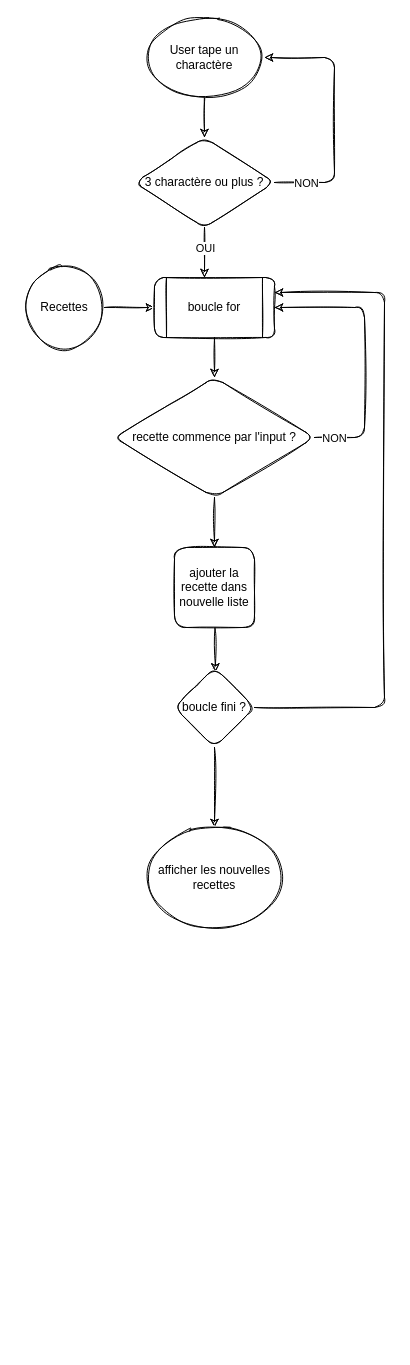
Above: doc/loops.drawio in Redshark61/P6 (draw.io), before the change. Source tidied: cells renumbered, new cells numbered last; positions are measured from the earlier drawing's top-left corner, leaving out a move shared by most shapes. Both pictures are drawn from the tidied source at 100%, with x=0, y=0 at pixel (24, 17).
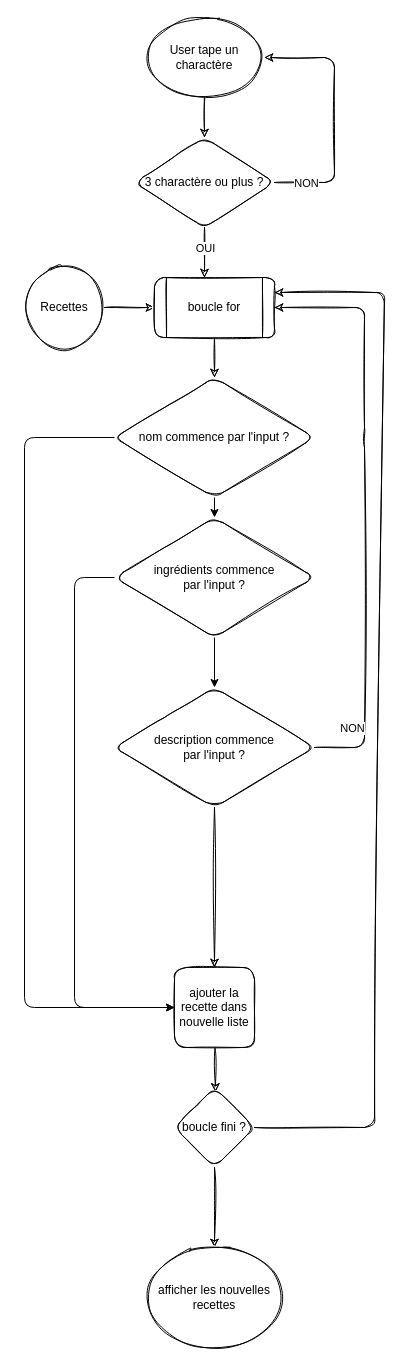
The same page after the edit.

Unchanged cells that the change refers to:
```xml
<mxCell id="12" value="boucle for" style="shape=process;whiteSpace=wrap;html=1;backgroundOutline=1;rounded=1;sketch=1;" parent="1" vertex="1">
  <mxGeometry x="130" y="260" width="120" height="60" as="geometry" />
</mxCell>
```

The edit, as a diff of the source:
```diff
@@
-    <mxCell id="13" style="edgeStyle=none;rounded=1;sketch=1;html=1;entryX=1;entryY=0.5;entryDx=0;entryDy=0;exitX=1;exitY=0.5;exitDx=0;exitDy=0;" parent="1" edge="1" source="16" target="12">
+    <mxCell id="13" style="edgeStyle=none;rounded=1;sketch=1;html=1;entryX=1;entryY=0.5;entryDx=0;entryDy=0;exitX=1;exitY=0.5;exitDx=0;exitDy=0;" parent="1" edge="1" source="28" target="12">
       <mxGeometry relative="1" as="geometry">
         <Array as="points">
+          <mxPoint x="340" y="730" />
           <mxPoint x="340" y="420" />
           <mxPoint x="340" y="290" />
         </Array>
       </mxGeometry>
     </mxCell>
@@
-    <mxCell id="15" style="edgeStyle=none;rounded=1;sketch=1;html=1;entryX=0.5;entryY=0;entryDx=0;entryDy=0;" parent="1" edge="1" source="16" target="18">
-      <mxGeometry relative="1" as="geometry" />
+    <mxCell id="15" style="edgeStyle=none;rounded=1;sketch=1;html=1;entryX=0.5;entryY=0;entryDx=0;entryDy=0;" parent="1" edge="1" target="18">
+      <mxGeometry relative="1" as="geometry">
+        <mxPoint x="190" y="790" as="sourcePoint" />
+      </mxGeometry>
     </mxCell>
+    <mxCell id="23" style="edgeStyle=none;html=1;entryX=0.5;entryY=0;entryDx=0;entryDy=0;" parent="1" edge="1" source="16" target="27">
+      <mxGeometry relative="1" as="geometry" />
+    </mxCell>
+    <mxCell id="24" style="edgeStyle=none;html=1;exitX=0;exitY=0.5;exitDx=0;exitDy=0;entryX=0;entryY=0.5;entryDx=0;entryDy=0;" parent="1" edge="1" source="16" target="18">
+      <mxGeometry relative="1" as="geometry">
+        <Array as="points">
+          <mxPoint y="420" />
+          <mxPoint y="990" />
+        </Array>
+      </mxGeometry>
+    </mxCell>
-    <mxCell id="16" value="recette commence par l'input ?" style="rhombus;whiteSpace=wrap;html=1;rounded=1;sketch=1;" parent="1" vertex="1">
+    <mxCell id="16" value="nom commence par l'input ?" style="rhombus;whiteSpace=wrap;html=1;rounded=1;sketch=1;" parent="1" vertex="1">
       <mxGeometry x="90" y="360" width="200" height="120" as="geometry" />
     </mxCell>
@@
     <mxCell id="18" value="ajouter la recette dans nouvelle liste" style="whiteSpace=wrap;html=1;rounded=1;sketch=1;" parent="1" vertex="1">
-      <mxGeometry x="150" y="530" width="80" height="80" as="geometry" />
+      <mxGeometry x="150" y="950" width="80" height="80" as="geometry" />
     </mxCell>
     <mxCell id="19" style="edgeStyle=none;rounded=1;sketch=1;html=1;entryX=1;entryY=0.25;entryDx=0;entryDy=0;exitX=1;exitY=0.5;exitDx=0;exitDy=0;" parent="1" edge="1" source="21" target="12">
       <mxGeometry relative="1" as="geometry">
         <Array as="points">
-          <mxPoint x="360" y="690" />
+          <mxPoint x="350" y="1110" />
           <mxPoint x="360" y="275" />
         </Array>
       </mxGeometry>
     </mxCell>
     <mxCell id="20" style="edgeStyle=none;rounded=1;sketch=1;html=1;" parent="1" edge="1" source="21">
       <mxGeometry relative="1" as="geometry">
-        <mxPoint x="190" y="810" as="targetPoint" />
+        <mxPoint x="190" y="1230" as="targetPoint" />
       </mxGeometry>
     </mxCell>
     <mxCell id="21" value="boucle fini ?" style="rhombus;whiteSpace=wrap;html=1;rounded=1;sketch=1;" parent="1" vertex="1">
-      <mxGeometry x="150" y="650" width="80" height="80" as="geometry" />
+      <mxGeometry x="150" y="1070" width="80" height="80" as="geometry" />
     </mxCell>
     <mxCell id="22" value="afficher les nouvelles recettes" style="ellipse;whiteSpace=wrap;html=1;rounded=1;sketch=1;" parent="1" vertex="1">
-      <mxGeometry x="120" y="810" width="140" height="100" as="geometry" />
+      <mxGeometry x="120" y="1230" width="140" height="100" as="geometry" />
     </mxCell>
+    <mxCell id="25" style="edgeStyle=none;html=1;entryX=0.5;entryY=0;entryDx=0;entryDy=0;" parent="1" edge="1" source="27" target="28">
+      <mxGeometry relative="1" as="geometry" />
+    </mxCell>
+    <mxCell id="26" style="edgeStyle=none;html=1;exitX=0;exitY=0.5;exitDx=0;exitDy=0;" parent="1" edge="1" source="27">
+      <mxGeometry relative="1" as="geometry">
+        <mxPoint x="150" y="990" as="targetPoint" />
+        <Array as="points">
+          <mxPoint x="50" y="560" />
+          <mxPoint x="50" y="990" />
+        </Array>
+      </mxGeometry>
+    </mxCell>
+    <mxCell id="27" value="ingrédients commence &lt;br&gt;par l'input ?" style="rhombus;whiteSpace=wrap;html=1;rounded=1;sketch=1;" parent="1" vertex="1">
+      <mxGeometry x="90" y="500" width="200" height="120" as="geometry" />
+    </mxCell>
+    <mxCell id="28" value="description commence &lt;br&gt;par l'input ?" style="rhombus;whiteSpace=wrap;html=1;rounded=1;sketch=1;" parent="1" vertex="1">
+      <mxGeometry x="90" y="670" width="200" height="120" as="geometry" />
+    </mxCell>
```
